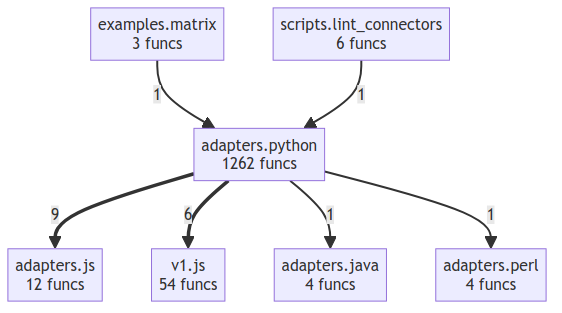
The Mermaid diagram project/compact_flow.png in tellmesh/urirun, before a commit. Its source is kept beside it as project/compact_flow.mmd.
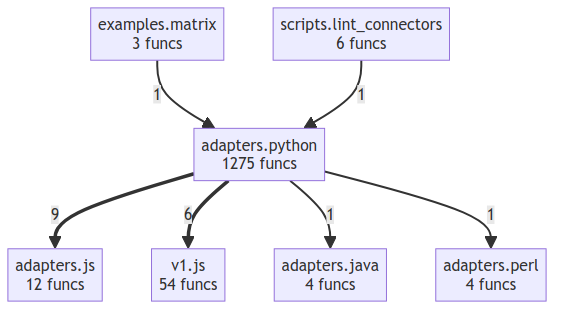
After the change.

Diff of the diagram source:
```diff
@@ -2,7 +2,7 @@
     adapters__java["adapters.java<br/>4 funcs"]
     adapters__js["adapters.js<br/>12 funcs"]
     adapters__perl["adapters.perl<br/>4 funcs"]
-    adapters__python["adapters.python<br/>1262 funcs"]
+    adapters__python["adapters.python<br/>1275 funcs"]
     examples__matrix["examples.matrix<br/>3 funcs"]
     scripts__lint_connectors["scripts.lint_connectors<br/>6 funcs"]
     v1__js["v1.js<br/>54 funcs"]
```
